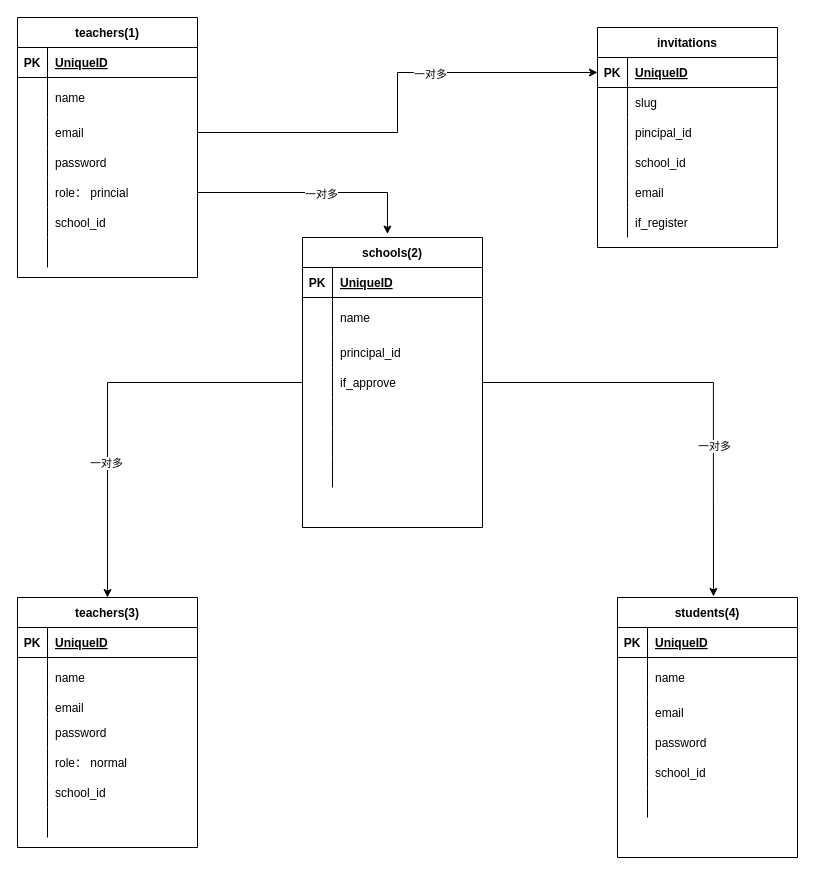
Earlier version of the draw.io diagram Edo.drawio (smartymoon/edu). Source tidied: cells renumbered, new cells numbered last; positions are measured from the earlier drawing's top-left corner, leaving out a move shared by most shapes. Both pictures are drawn from the tidied source at 100%, with x=0, y=0 at pixel (17, 17).
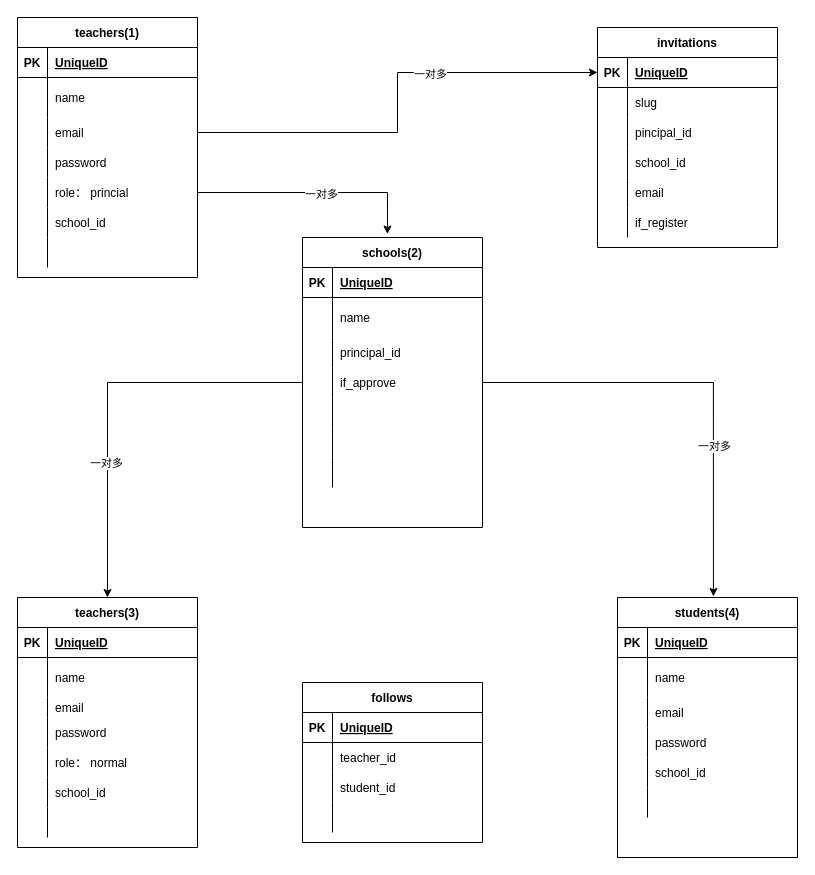
The same page after the edit.

What changed in the source:
```diff
@@
+    <mxCell id="114" value="follows" style="shape=table;startSize=30;childLayout=tableLayout;rowLines=0;fontStyle=1;align=center;" parent="1" vertex="1">
+      <mxGeometry x="285" y="665" width="180" height="160" as="geometry" />
+    </mxCell>
+    <mxCell id="115" style="shape=partialRectangle;fillColor=none;top=0;left=0;bottom=1;right=0;" parent="114" vertex="1">
+      <mxGeometry y="30" width="180" height="30" as="geometry" />
+    </mxCell>
+    <mxCell id="116" value="PK" style="shape=partialRectangle;fillColor=none;top=0;left=0;bottom=0;right=0;fontStyle=1;overflow=hidden;" parent="115" vertex="1">
+      <mxGeometry width="30" height="30" as="geometry" />
+    </mxCell>
+    <mxCell id="117" value="UniqueID" style="shape=partialRectangle;fillColor=none;top=0;left=0;bottom=0;right=0;align=left;spacingLeft=6;fontStyle=5;overflow=hidden;" parent="115" vertex="1">
+      <mxGeometry x="30" width="150" height="30" as="geometry" />
+    </mxCell>
+    <mxCell id="118" style="shape=partialRectangle;fillColor=none;top=0;left=0;bottom=0;right=0;" parent="114" vertex="1">
+      <mxGeometry y="60" width="180" height="30" as="geometry" />
+    </mxCell>
+    <mxCell id="119" style="shape=partialRectangle;fillColor=none;top=0;left=0;bottom=0;right=0;overflow=hidden;" parent="118" vertex="1">
+      <mxGeometry width="30" height="30" as="geometry" />
+    </mxCell>
+    <mxCell id="120" value="teacher_id" style="shape=partialRectangle;fillColor=none;top=0;left=0;bottom=0;right=0;align=left;spacingLeft=6;overflow=hidden;" parent="118" vertex="1">
+      <mxGeometry x="30" width="150" height="30" as="geometry" />
+    </mxCell>
+    <mxCell id="121" style="shape=partialRectangle;fillColor=none;top=0;left=0;bottom=0;right=0;" parent="114" vertex="1">
+      <mxGeometry y="90" width="180" height="30" as="geometry" />
+    </mxCell>
+    <mxCell id="122" style="shape=partialRectangle;fillColor=none;top=0;left=0;bottom=0;right=0;overflow=hidden;" parent="121" vertex="1">
+      <mxGeometry width="30" height="30" as="geometry" />
+    </mxCell>
+    <mxCell id="123" value="student_id" style="shape=partialRectangle;fillColor=none;top=0;left=0;bottom=0;right=0;align=left;spacingLeft=6;overflow=hidden;" parent="121" vertex="1">
+      <mxGeometry x="30" width="150" height="30" as="geometry" />
+    </mxCell>
+    <mxCell id="124" style="shape=partialRectangle;fillColor=none;top=0;left=0;bottom=0;right=0;" parent="114" vertex="1">
+      <mxGeometry y="120" width="180" height="30" as="geometry" />
+    </mxCell>
+    <mxCell id="125" style="shape=partialRectangle;fillColor=none;top=0;left=0;bottom=0;right=0;overflow=hidden;" parent="124" vertex="1">
+      <mxGeometry width="30" height="30" as="geometry" />
+    </mxCell>
+    <mxCell id="126" style="shape=partialRectangle;fillColor=none;top=0;left=0;bottom=0;right=0;align=left;spacingLeft=6;overflow=hidden;" parent="124" vertex="1">
+      <mxGeometry x="30" width="150" height="30" as="geometry" />
+    </mxCell>
```
